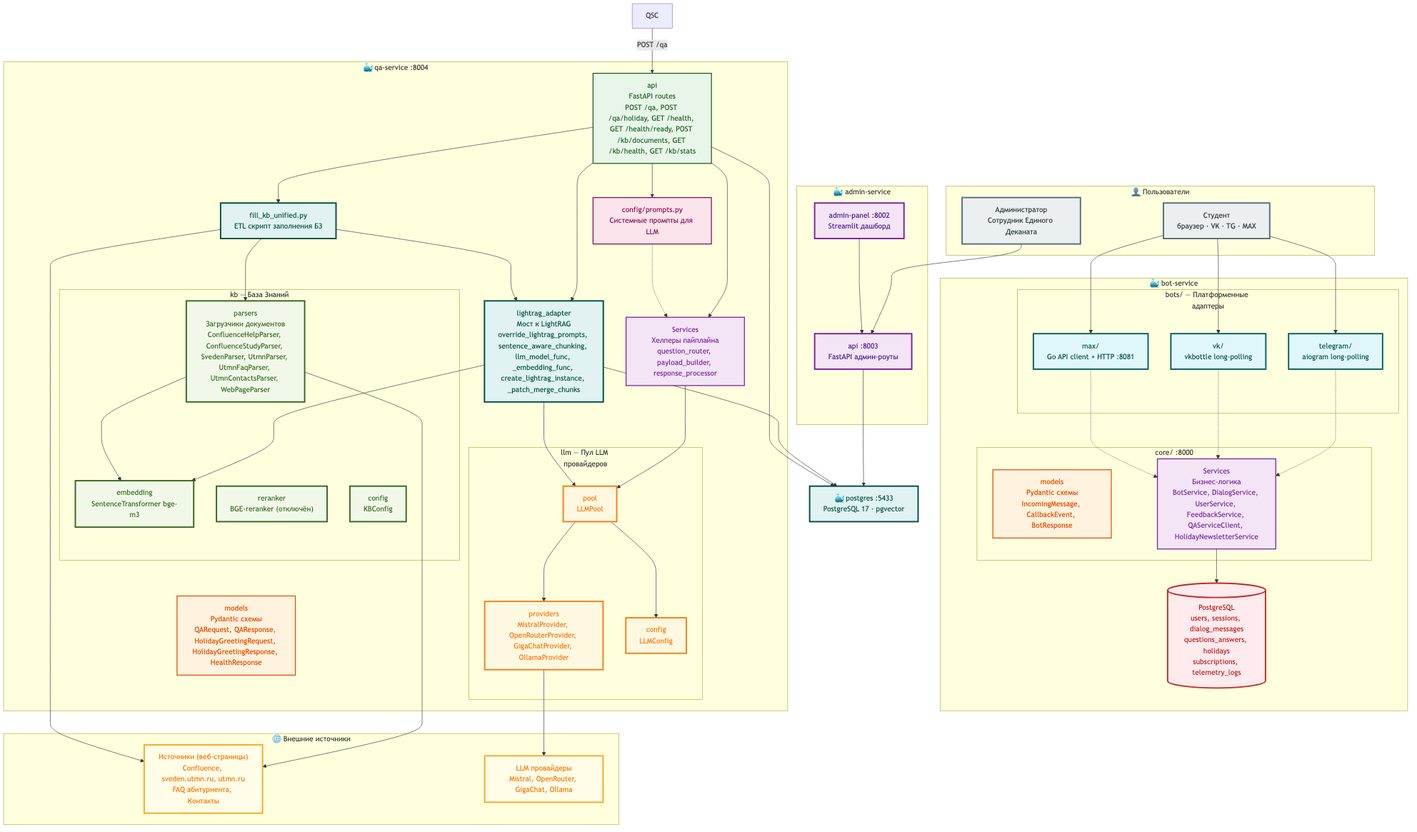
The Mermaid diagram docs/v2_architecture.png in arjjia/voproshalych, before a commit. Its source is kept beside it as docs/v2_architecture.mmd. Its diagram source:
```mermaid
flowchart TB
    classDef admin fill:#F3E5F5,stroke:#7B1FA2,stroke-width:3px,color:#4A148C
    classDef bot fill:#E1F5FE,stroke:#01579B,stroke-width:3px,color:#01579B
    classDef core fill:#B3E5FC,stroke:#0277BD,stroke-width:3px,color:#0277BD
    classDef adapt fill:#E0F7FA,stroke:#006064,stroke-width:3px,color:#004D40
    classDef models fill:#FFF3E0,stroke:#E65100,stroke-width:2px,color:#E65100
    classDef services fill:#F3E5F5,stroke:#7B1FA2,stroke-width:2px,color:#7B1FA2
    classDef api fill:#E8F5E9,stroke:#1B5E20,stroke-width:2px,color:#1B5E20
    classDef kb fill:#F1F8E9,stroke:#33691E,stroke-width:3px,color:#33691E
    classDef parser fill:#DCEDC8,stroke:#558B2F,stroke-width:1px,color:#33691E
    classDef llm fill:#FFF8E1,stroke:#F57F17,stroke-width:3px,color:#F57F17
    classDef provider fill:#FFECB3,stroke:#FF8F00,stroke-width:1px,color:#F57F17
    classDef infra fill:#E0F2F1,stroke:#004D40,stroke-width:3px,color:#004D40
    classDef prompt fill:#FCE4EC,stroke:#880E4F,stroke-width:2px,color:#880E4F
    classDef script fill:#F5F5F5,stroke:#616161,stroke-width:2px,color:#424242
    classDef external fill:#FFFDE7,stroke:#F9A825,stroke-width:3px,color:#F57F17
    classDef client fill:#ECEFF1,stroke:#546E7A,stroke-width:3px,color:#263238
    classDef storage fill:#FFEBEE,stroke:#C62828,stroke-width:3px,color:#B71C1C

    subgraph Users["👤 Пользователи"]
        STUDENT["Студент<br/>браузер · VK · TG · MAX"]:::client
        ADMIN["Администратор<br/>Сотрудник Единого Деканата"]:::client
    end

    subgraph AdminService["🐳 admin-service"]
        ADM_DASH["admin-panel :8002<br/>Streamlit дашборд"]:::admin
        ADM_API["api :8003<br/>FastAPI админ-роуты"]:::admin
    end

    subgraph BotService["🐳 bot-service"]
        subgraph Adapters["bots/ — Платформенные адаптеры"]
            TG["telegram/<br/>aiogram long-polling"]:::adapt
            VK["vk/<br/>vkbottle long-polling"]:::adapt
            MX["max/<br/>Go API client + HTTP :8081"]:::adapt
        end

        subgraph Core["core/ :8000"]
            CORE_MODELS["models<br/>Pydantic схемы<br/>IncomingMessage, CallbackEvent, BotResponse"]:::models
            CORE_SRV["Services<br/>Бизнес-логика<br/>BotService, DialogService, UserService, FeedbackService, QAServiceClient, HolidayNewsletterService"]:::services
        end

        CORE_DB[(PostgreSQL<br/>users, sessions, dialog_messages<br/>questions_answers, holidays<br/>subscriptions, telemetry_logs)]:::storage
    end

    subgraph QAService["🐳 qa-service :8004"]
        QA_API["api<br/>FastAPI routes<br/>POST /qa, POST /qa/holiday, GET /health, GET /health/ready, POST /kb/documents, GET /kb/health, GET /kb/stats"]:::api

        QA_SRV["Services<br/>Хелперы пайплайна<br/>question_router, payload_builder, response_processor"]:::services

        QA_MODELS["models<br/>Pydantic схемы<br/>QARequest, QAResponse, HolidayGreetingRequest, HolidayGreetingResponse, HealthResponse"]:::models

        subgraph QA_KB["kb — База Знаний"]
            KB_PARSERS["parsers<br/>Загрузчики документов<br/>ConfluenceHelpParser, ConfluenceStudyParser, SvedenParser, UtmnParser, UtmnFaqParser, UtmnContactsParser, WebPageParser"]:::parser
            KB_EMB["embedding<br/>SentenceTransformer bge-m3"]:::kb
            KB_RR["reranker<br/>BGE-reranker (отключён)"]:::kb
            KB_CFG["config<br/>KBConfig"]:::kb
        end

        subgraph QA_LLM["llm — Пул LLM провайдеров"]
            LLM_PROV["providers<br/>MistralProvider, OpenRouterProvider, GigaChatProvider, OllamaProvider"]:::provider
            LLM_CFG["config<br/>LLMConfig"]:::llm
            LLM_POOL["pool<br/>LLMPool"]:::llm
        end

        LA["lightrag_adapter<br/>Мост к LightRAG<br/>override_lightrag_prompts, sentence_aware_chunking, llm_model_func, _embedding_func, create_lightrag_instance, _patch_merge_chunks"]:::infra

        FILL["fill_kb_unified.py<br/>ETL скрипт заполнения БЗ"]:::script

        PROMPTS["config/prompts.py<br/>Системные промпты для LLM"]:::prompt
    end

    subgraph External["🌐 Внешние источники"]
        EXTSRC["Источники (веб-страницы)<br/>Confluence, sveden.utmn.ru, utmn.ru<br/>FAQ абитуриента, Контакты"]:::external
        LLM_EXT["LLM провайдеры<br/>Mistral, OpenRouter, GigaChat, Ollama"]:::external
    end

    DB["🐳 postgres :5433<br/>PostgreSQL 17 · pgvector"]:::storage

    ADMIN --> ADM_API
    STUDENT --> TG
    STUDENT --> VK
    STUDENT --> MX

    ADM_DASH --> ADM_API
    ADM_API --> DB

    TG -.-> CORE_SRV
    VK -.-> CORE_SRV
    MX -.-> CORE_SRV

    CORE_SRV --> CORE_DB

    QSC -- "POST /qa" --> QA_API

    QA_API --> QA_SRV
    QA_API --> PROMPTS
    QA_API --> LA

    QA_SRV --> LLM_POOL
    PROMPTS -.-> QA_SRV
    LA --> LLM_POOL
    LA --> KB_EMB

    QA_API --> FILL
    FILL --> KB_PARSERS
    FILL --> LA
    KB_PARSERS --> KB_EMB

    LLM_POOL --> LLM_PROV
    LLM_POOL --> LLM_CFG

    LA --> DB
    QA_API --> DB

    KB_PARSERS --> EXTSRC
    LLM_PROV --> LLM_EXT
    FILL --> EXTSRC

    class TG,VK,MX adapt
    class CORE_MODELS,QA_MODELS models
    class CORE_SRV,QA_SRV services
    class QA_API api
    class KB_PARSERS,KB_EMB,KB_RR,KB_CFG kb
    class LLM_PROV,LLM_CFG,LLM_POOL llm
    class LA,FILL,DB infra
    class PROMPTS prompt
    class EXTSRC,LLM_EXT external
    class STUDENT,ADMIN client
```
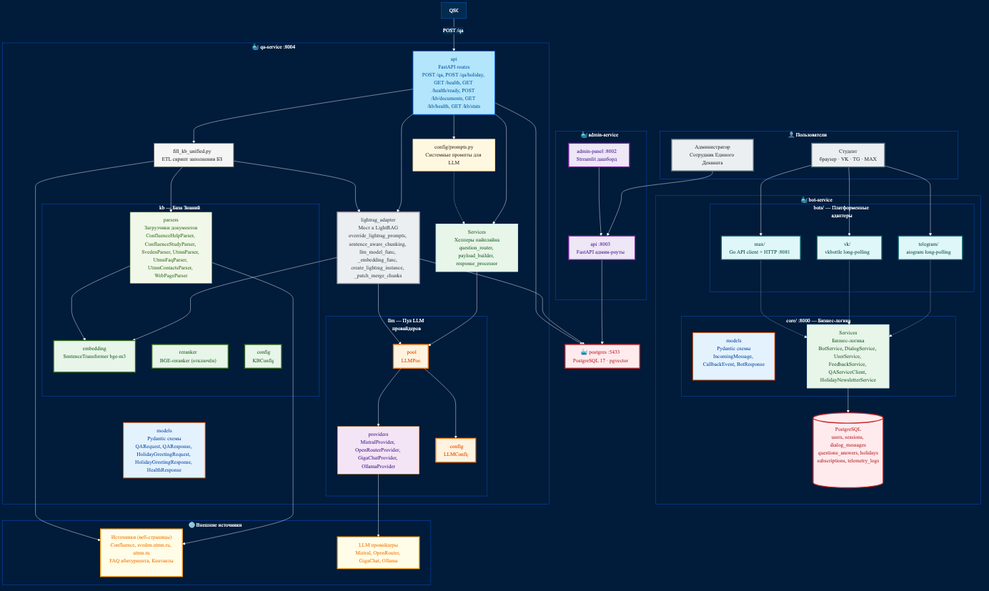
After the commit.

Commit message:
docs: redesign v2 diagrams with dark theme and legend

What changed in the source:
```diff
@@ -1,17 +1,45 @@
+%%{
+  init: {
+    'theme': 'base',
+    'themeVariables': {
+      'background': '#011B3A',
+      'primaryColor': '#032B50',
+      'primaryTextColor': '#FFFFFF',
+      'primaryBorderColor': '#046CE0',
+      'lineColor': '#FFFFFF',
+      'secondaryColor': '#021E39',
+      'tertiaryColor': '#021E39',
+      'clusterBkg': '#011B3A',
+      'clusterBorder': '#0357D2',
+      'nodeBorder': '#046CE0',
+      'nodeTextColor': '#FFFFFF',
+      'edgeLabelBackground': '#032B50',
+      'edgeLabelColor': '#FFFFFF',
+      'titleColor': '#FFFFFF',
+      'fontFamily': 'Aptos, sans-serif'
+    },
+    'flowchart': {
+      'htmlLabels': true,
+      'curve': 'basis',
+      'padding': 12
+    }
+  }
+}%%
+
 flowchart TB
-    classDef admin fill:#F3E5F5,stroke:#7B1FA2,stroke-width:3px,color:#4A148C
-    classDef bot fill:#E1F5FE,stroke:#01579B,stroke-width:3px,color:#01579B
-    classDef core fill:#B3E5FC,stroke:#0277BD,stroke-width:3px,color:#0277BD
+    classDef admin fill:#EDE7F6,stroke:#7B1FA2,stroke-width:3px,color:#4A148C
+    classDef bot fill:#E3F2FD,stroke:#01579B,stroke-width:3px,color:#0D47A1
+    classDef core fill:#B3E5FC,stroke:#0277BD,stroke-width:3px,color:#01579B
     classDef adapt fill:#E0F7FA,stroke:#006064,stroke-width:3px,color:#004D40
-    classDef models fill:#FFF3E0,stroke:#E65100,stroke-width:2px,color:#E65100
-    classDef services fill:#F3E5F5,stroke:#7B1FA2,stroke-width:2px,color:#7B1FA2
-    classDef api fill:#E8F5E9,stroke:#1B5E20,stroke-width:2px,color:#1B5E20
-    classDef kb fill:#F1F8E9,stroke:#33691E,stroke-width:3px,color:#33691E
-    classDef parser fill:#DCEDC8,stroke:#558B2F,stroke-width:1px,color:#33691E
-    classDef llm fill:#FFF8E1,stroke:#F57F17,stroke-width:3px,color:#F57F17
-    classDef provider fill:#FFECB3,stroke:#FF8F00,stroke-width:1px,color:#F57F17
-    classDef infra fill:#E0F2F1,stroke:#004D40,stroke-width:3px,color:#004D40
-    classDef prompt fill:#FCE4EC,stroke:#880E4F,stroke-width:2px,color:#880E4F
+    classDef models fill:#E3F2FD,stroke:#E65100,stroke-width:2px,color:#0D47A1
+    classDef services fill:#E8F5E9,stroke:#C4F1FB,stroke-width:2px,color:#1B5E20
+    classDef api fill:#B3E5FC,stroke:#046CE0,stroke-width:2px,color:#01579B
+    classDef kb fill:#E8F5E9,stroke:#33691E,stroke-width:3px,color:#1B5E20
+    classDef parser fill:#F1F8E9,stroke:#558B2F,stroke-width:1px,color:#33691E
+    classDef llm fill:#FFF3E0,stroke:#F57F17,stroke-width:3px,color:#E65100
+    classDef provider fill:#F3E5F5,stroke:#FF8F00,stroke-width:1px,color:#4A148C
+    classDef infra fill:#ECEFF1,stroke:#AAAAAA,stroke-width:3px,color:#37474F
+    classDef prompt fill:#FFF8E1,stroke:#FFDE9F,stroke-width:2px,color:#3E2723
     classDef script fill:#F5F5F5,stroke:#616161,stroke-width:2px,color:#424242
     classDef external fill:#FFFDE7,stroke:#F9A825,stroke-width:3px,color:#F57F17
     classDef client fill:#ECEFF1,stroke:#546E7A,stroke-width:3px,color:#263238
@@ -34,7 +62,7 @@
             MX["max/<br/>Go API client + HTTP :8081"]:::adapt
         end
 
-        subgraph Core["core/ :8000"]
+        subgraph Core["core/ :8000 — Бизнес-логика"]
             CORE_MODELS["models<br/>Pydantic схемы<br/>IncomingMessage, CallbackEvent, BotResponse"]:::models
             CORE_SRV["Services<br/>Бизнес-логика<br/>BotService, DialogService, UserService, FeedbackService, QAServiceClient, HolidayNewsletterService"]:::services
         end
@@ -115,14 +143,3 @@
     KB_PARSERS --> EXTSRC
     LLM_PROV --> LLM_EXT
     FILL --> EXTSRC
-
-    class TG,VK,MX adapt
-    class CORE_MODELS,QA_MODELS models
-    class CORE_SRV,QA_SRV services
-    class QA_API api
-    class KB_PARSERS,KB_EMB,KB_RR,KB_CFG kb
-    class LLM_PROV,LLM_CFG,LLM_POOL llm
-    class LA,FILL,DB infra
-    class PROMPTS prompt
-    class EXTSRC,LLM_EXT external
-    class STUDENT,ADMIN client
```
